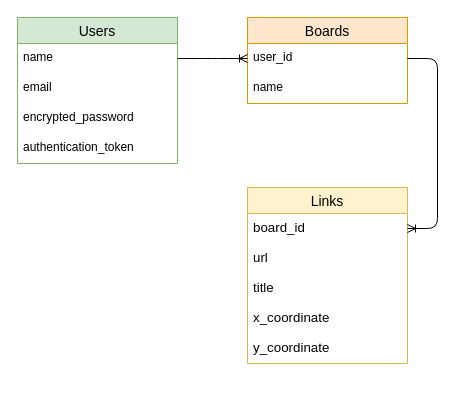
The draw.io diagram ER.drawio in naoto4420-pixel/LinkCanvas, before the edit. Source tidied: cells renumbered, new cells numbered last; positions are measured from the earlier drawing's top-left corner, leaving out a move shared by most shapes. Both pictures are drawn from the tidied source at 100%, with x=0, y=0 at pixel (17, 17).
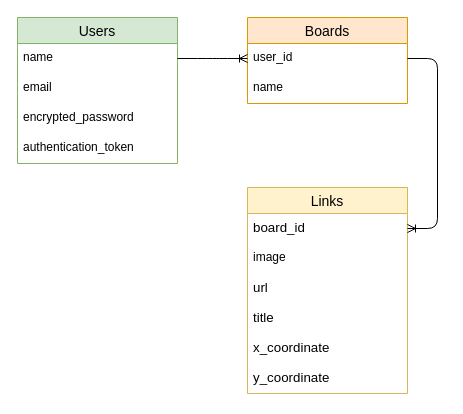
The same diagram, later.

The edit, as a diff of the source:
```diff
@@
     <mxCell id="10" value="Links" style="swimlane;fontStyle=0;horizontal=1;startSize=26;align=center;fontSize=14;fillColor=#fff2cc;strokeColor=#d6b656;" parent="1" vertex="1">
-      <mxGeometry x="230" y="170" width="160" height="176" as="geometry" />
+      <mxGeometry x="230" y="170" width="160" height="206" as="geometry" />
     </mxCell>
@@
+    <mxCell id="18" value="image" style="text;strokeColor=none;fillColor=none;spacingLeft=4;spacingRight=4;overflow=hidden;fontSize=12;whiteSpace=wrap;html=1;" parent="10" vertex="1">
+      <mxGeometry y="56" width="160" height="30" as="geometry" />
+    </mxCell>
     <mxCell id="12" value="&lt;span style=&quot;color: rgb(0, 0, 0); font-size: 10pt; font-family: Arial;&quot;&gt;url&lt;/span&gt;" style="text;strokeColor=none;fillColor=none;spacingLeft=4;spacingRight=4;overflow=hidden;fontSize=12;whiteSpace=wrap;html=1;" parent="10" vertex="1">
-      <mxGeometry y="56" width="160" height="30" as="geometry" />
+      <mxGeometry y="86" width="160" height="30" as="geometry" />
     </mxCell>
     <mxCell id="13" value="&lt;span style=&quot;color: rgb(0, 0, 0); font-size: 10pt; font-family: Arial;&quot;&gt;title&lt;/span&gt;" style="text;strokeColor=none;fillColor=none;spacingLeft=4;spacingRight=4;overflow=hidden;fontSize=12;whiteSpace=wrap;html=1;" parent="10" vertex="1">
-      <mxGeometry y="86" width="160" height="30" as="geometry" />
+      <mxGeometry y="116" width="160" height="30" as="geometry" />
     </mxCell>
     <mxCell id="14" value="&lt;span style=&quot;color: rgb(0, 0, 0); font-size: 10pt; font-family: Arial;&quot;&gt;x_coordinate&lt;/span&gt;" style="text;strokeColor=none;fillColor=none;spacingLeft=4;spacingRight=4;overflow=hidden;fontSize=12;whiteSpace=wrap;html=1;" parent="10" vertex="1">
-      <mxGeometry y="116" width="160" height="30" as="geometry" />
+      <mxGeometry y="146" width="160" height="30" as="geometry" />
     </mxCell>
     <mxCell id="15" value="&lt;span style=&quot;color: rgb(0, 0, 0); font-size: 10pt; font-family: Arial;&quot;&gt;y_coordinate&lt;/span&gt;" style="text;strokeColor=none;fillColor=none;spacingLeft=4;spacingRight=4;overflow=hidden;fontSize=12;whiteSpace=wrap;html=1;" parent="10" vertex="1">
-      <mxGeometry y="146" width="160" height="30" as="geometry" />
+      <mxGeometry y="176" width="160" height="30" as="geometry" />
     </mxCell>
```
